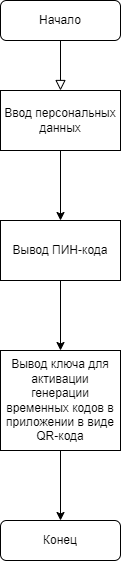
This is общая блок схема регистрации.png from Bipolar-Bear-13-cards/BiBeLock, a draw.io export, as it was before one commit. Source tidied: cells renumbered, new cells last; positions are measured from the earlier drawing's top-left corner, leaving out a move shared by most shapes. Source of this version:
```xml
<mxGraphModel>
  <root>
    <mxCell id="0" />
    <mxCell id="1" parent="0" />
    <mxCell id="2" style="rounded=0;html=1;jettySize=auto;fontSize=11;endArrow=block;endFill=0;endSize=8;strokeWidth=1;shadow=0;labelBackgroundColor=none;edgeStyle=orthogonalEdgeStyle;" parent="1" edge="1" source="3">
      <mxGeometry relative="1" as="geometry">
        <mxPoint x="60" y="90" as="targetPoint" />
      </mxGeometry>
    </mxCell>
    <mxCell id="3" value="Начало" style="rounded=1;whiteSpace=wrap;html=1;fontSize=12;glass=0;strokeWidth=1;shadow=0;" parent="1" vertex="1">
      <mxGeometry width="120" height="40" as="geometry" />
    </mxCell>
    <mxCell id="4" value="Конец" style="rounded=1;whiteSpace=wrap;html=1;fontSize=12;glass=0;strokeWidth=1;shadow=0;" parent="1" vertex="1">
      <mxGeometry y="520" width="120" height="40" as="geometry" />
    </mxCell>
    <mxCell id="5" style="edgeStyle=orthogonalEdgeStyle;rounded=0;jettySize=auto;html=1;entryX=0.5;entryY=0;entryDx=0;entryDy=0;" parent="1" edge="1" source="6" target="7">
      <mxGeometry relative="1" as="geometry" />
    </mxCell>
    <mxCell id="6" value="Ввод персональных данных" style="rounded=0;whiteSpace=wrap;html=1;" parent="1" vertex="1">
      <mxGeometry y="90" width="120" height="60" as="geometry" />
    </mxCell>
    <mxCell id="7" value="Вывод ПИН-кода" style="rounded=0;whiteSpace=wrap;html=1;" parent="1" vertex="1">
      <mxGeometry y="220" width="120" height="60" as="geometry" />
    </mxCell>
    <mxCell id="8" value="Вывод ключа&amp;nbsp;&lt;span style=&quot;font-size:11.0pt;font-family:&amp;quot;Times New Roman&amp;quot;,serif;&lt;br/&gt;mso-fareast-font-family:&amp;quot;Times New Roman&amp;quot;;mso-ansi-language:RU;mso-fareast-language:&lt;br/&gt;EN-US;mso-bidi-language:AR-SA&quot;&gt;для активации генерации временных кодов в&lt;br/&gt;приложении в виде &lt;/span&gt;&lt;span style=&quot;font-size:11.0pt;font-family:&lt;br/&gt;&amp;quot;Times New Roman&amp;quot;,serif;mso-fareast-font-family:&amp;quot;Times New Roman&amp;quot;;mso-ansi-language:&lt;br/&gt;EN-US;mso-fareast-language:EN-US;mso-bidi-language:AR-SA&quot; lang=&quot;EN-US&quot;&gt;QR&lt;/span&gt;&lt;span style=&quot;font-size:11.0pt;font-family:&amp;quot;Times New Roman&amp;quot;,serif;mso-fareast-font-family:&lt;br/&gt;&amp;quot;Times New Roman&amp;quot;;mso-ansi-language:RU;mso-fareast-language:EN-US;mso-bidi-language:&lt;br/&gt;AR-SA&quot;&gt;-кода&lt;/span&gt;" style="rounded=0;whiteSpace=wrap;html=1;" parent="1" vertex="1">
      <mxGeometry y="350" width="120" height="100" as="geometry" />
    </mxCell>
    <mxCell id="9" style="endArrow=classic;html=1;rounded=0;entryX=0.5;entryY=0;entryDx=0;entryDy=0;" parent="1" edge="1" target="8">
      <mxGeometry relative="1" as="geometry">
        <mxPoint x="60" y="280" as="sourcePoint" />
      </mxGeometry>
    </mxCell>
    <mxCell id="10" style="endArrow=classic;html=1;rounded=0;" parent="1" edge="1" target="4">
      <mxGeometry relative="1" as="geometry">
        <mxPoint x="60" y="450" as="sourcePoint" />
      </mxGeometry>
    </mxCell>
  </root>
</mxGraphModel>
```
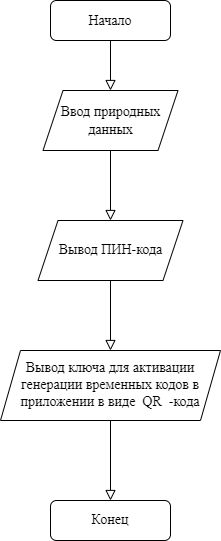
The same diagram one commit later.

The edit, as a diff of the source:
```diff
@@ -7,33 +7,34 @@
         <mxPoint x="60" y="90" as="targetPoint" />
       </mxGeometry>
     </mxCell>
-    <mxCell id="3" value="Начало" style="rounded=1;whiteSpace=wrap;html=1;fontSize=12;glass=0;strokeWidth=1;shadow=0;" parent="1" vertex="1">
+    <mxCell id="3" value="&lt;font style=&quot;vertical-align: inherit; font-size: 14px;&quot;&gt;&lt;font face=&quot;Times New Roman&quot; style=&quot;vertical-align: inherit;&quot;&gt;Начало&lt;/font&gt;&lt;/font&gt;" style="rounded=1;whiteSpace=wrap;html=1;fontSize=12;glass=0;strokeWidth=1;shadow=0;" parent="1" vertex="1">
       <mxGeometry width="120" height="40" as="geometry" />
     </mxCell>
-    <mxCell id="4" value="Конец" style="rounded=1;whiteSpace=wrap;html=1;fontSize=12;glass=0;strokeWidth=1;shadow=0;" parent="1" vertex="1">
-      <mxGeometry y="520" width="120" height="40" as="geometry" />
+    <mxCell id="4" value="&lt;font style=&quot;font-size: 14px;&quot; face=&quot;Times New Roman&quot;&gt;Конец&lt;/font&gt;" style="rounded=1;whiteSpace=wrap;html=1;fontSize=12;glass=0;strokeWidth=1;shadow=0;" parent="1" vertex="1">
+      <mxGeometry y="500" width="120" height="40" as="geometry" />
     </mxCell>
-    <mxCell id="5" style="edgeStyle=orthogonalEdgeStyle;rounded=0;jettySize=auto;html=1;entryX=0.5;entryY=0;entryDx=0;entryDy=0;" parent="1" edge="1" source="6" target="7">
-      <mxGeometry relative="1" as="geometry" />
-    </mxCell>
-    <mxCell id="6" value="Ввод персональных данных" style="rounded=0;whiteSpace=wrap;html=1;" parent="1" vertex="1">
-      <mxGeometry y="90" width="120" height="60" as="geometry" />
-    </mxCell>
+    <mxCell id="11" value="&lt;font style=&quot;vertical-align: inherit; font-size: 14px;&quot;&gt;&lt;font style=&quot;vertical-align: inherit; font-size: 14px;&quot;&gt;&lt;font style=&quot;vertical-align: inherit; font-size: 14px;&quot;&gt;&lt;font style=&quot;vertical-align: inherit; font-size: 14px;&quot;&gt;&lt;font face=&quot;Times New Roman&quot; style=&quot;vertical-align: inherit;&quot;&gt;Ввод природных данных&lt;/font&gt;&lt;/font&gt;&lt;/font&gt;&lt;/font&gt;&lt;/font&gt;" style="shape=parallelogram;perimeter=parallelogramPerimeter;whiteSpace=wrap;html=1;fixedSize=1;" parent="1" vertex="1">
+      <mxGeometry x="-7.5" y="90" width="135" height="60" as="geometry" />
+    </mxCell>
+    <mxCell id="12" style="rounded=0;html=1;jettySize=auto;fontSize=11;endArrow=block;endFill=0;endSize=8;strokeWidth=1;shadow=0;labelBackgroundColor=none;edgeStyle=orthogonalEdgeStyle;exitX=0.5;exitY=1;exitDx=0;exitDy=0;entryX=0.5;entryY=0;entryDx=0;entryDy=0;" parent="1" edge="1" source="11">
+      <mxGeometry relative="1" as="geometry">
+        <mxPoint x="60" y="220" as="targetPoint" />
+      </mxGeometry>
+    </mxCell>
+    <mxCell id="13" style="rounded=0;html=1;jettySize=auto;orthogonalLoop=1;fontSize=11;endArrow=block;endFill=0;endSize=8;strokeWidth=1;shadow=0;labelBackgroundColor=none;edgeStyle=orthogonalEdgeStyle;exitX=0.5;exitY=1;exitDx=0;exitDy=0;entryX=0.5;entryY=0;entryDx=0;entryDy=0;" parent="1" edge="1">
+      <mxGeometry relative="1" as="geometry">
+        <mxPoint x="60" y="280" as="sourcePoint" />
+        <mxPoint x="60" y="350" as="targetPoint" />
+      </mxGeometry>
+    </mxCell>
-    <mxCell id="7" value="Вывод ПИН-кода" style="rounded=0;whiteSpace=wrap;html=1;" parent="1" vertex="1">
-      <mxGeometry y="220" width="120" height="60" as="geometry" />
+    <mxCell id="7" value="&lt;font face=&quot;Times New Roman&quot; style=&quot;vertical-align: inherit; font-size: 14px;&quot;&gt;Вывод ПИН-кода&lt;/font&gt;" style="shape=parallelogram;perimeter=parallelogramPerimeter;whiteSpace=wrap;html=1;fixedSize=1;" parent="1" vertex="1">
+      <mxGeometry x="-12.5" y="220" width="145" height="60" as="geometry" />
     </mxCell>
-    <mxCell id="8" value="Вывод ключа&amp;nbsp;&lt;span style=&quot;font-size:11.0pt;font-family:&amp;quot;Times New Roman&amp;quot;,serif;&lt;br/&gt;mso-fareast-font-family:&amp;quot;Times New Roman&amp;quot;;mso-ansi-language:RU;mso-fareast-language:&lt;br/&gt;EN-US;mso-bidi-language:AR-SA&quot;&gt;для активации генерации временных кодов в&lt;br/&gt;приложении в виде &lt;/span&gt;&lt;span style=&quot;font-size:11.0pt;font-family:&lt;br/&gt;&amp;quot;Times New Roman&amp;quot;,serif;mso-fareast-font-family:&amp;quot;Times New Roman&amp;quot;;mso-ansi-language:&lt;br/&gt;EN-US;mso-fareast-language:EN-US;mso-bidi-language:AR-SA&quot; lang=&quot;EN-US&quot;&gt;QR&lt;/span&gt;&lt;span style=&quot;font-size:11.0pt;font-family:&amp;quot;Times New Roman&amp;quot;,serif;mso-fareast-font-family:&lt;br/&gt;&amp;quot;Times New Roman&amp;quot;;mso-ansi-language:RU;mso-fareast-language:EN-US;mso-bidi-language:&lt;br/&gt;AR-SA&quot;&gt;-кода&lt;/span&gt;" style="rounded=0;whiteSpace=wrap;html=1;" parent="1" vertex="1">
-      <mxGeometry y="350" width="120" height="100" as="geometry" />
-    </mxCell>
-    <mxCell id="9" style="endArrow=classic;html=1;rounded=0;entryX=0.5;entryY=0;entryDx=0;entryDy=0;" parent="1" edge="1" target="8">
-      <mxGeometry relative="1" as="geometry">
-        <mxPoint x="60" y="280" as="sourcePoint" />
-      </mxGeometry>
-    </mxCell>
-    <mxCell id="10" style="endArrow=classic;html=1;rounded=0;" parent="1" edge="1" target="4">
-      <mxGeometry relative="1" as="geometry">
-        <mxPoint x="60" y="450" as="sourcePoint" />
-      </mxGeometry>
-    </mxCell>
+    <mxCell id="14" value="&lt;font style=&quot;font-size: 14px;&quot; face=&quot;Times New Roman&quot;&gt;&lt;font style=&quot;border-color: var(--border-color); vertical-align: inherit; font-size: 14px;&quot;&gt;&lt;font style=&quot;vertical-align: inherit; font-size: 14px;&quot;&gt;&lt;font style=&quot;vertical-align: inherit; font-size: 14px;&quot;&gt;Вывод ключа&amp;nbsp;&lt;/font&gt;&lt;/font&gt;&lt;/font&gt;&lt;span style=&quot;border-color: var(--border-color);&quot;&gt;&lt;font style=&quot;border-color: var(--border-color); vertical-align: inherit; font-size: 14px;&quot;&gt;&lt;font style=&quot;border-color: var(--border-color); vertical-align: inherit; font-size: 14px;&quot;&gt;&lt;font style=&quot;vertical-align: inherit; font-size: 14px;&quot;&gt;&lt;font style=&quot;vertical-align: inherit; font-size: 14px;&quot;&gt;для активации генерации временных кодов в &lt;/font&gt;&lt;/font&gt;&lt;/font&gt;&lt;/font&gt;&lt;br style=&quot;border-color: var(--border-color);&quot;&gt;&lt;font style=&quot;border-color: var(--border-color); vertical-align: inherit; font-size: 14px;&quot;&gt;&lt;font style=&quot;border-color: var(--border-color); vertical-align: inherit; font-size: 14px;&quot;&gt;&lt;font style=&quot;vertical-align: inherit; font-size: 14px;&quot;&gt;&lt;font style=&quot;vertical-align: inherit; font-size: 14px;&quot;&gt;приложении в виде&lt;/font&gt;&lt;/font&gt;&amp;nbsp;&lt;/font&gt;&lt;/font&gt;&lt;/span&gt;&lt;span style=&quot;border-color: var(--border-color);&quot; lang=&quot;EN-US&quot;&gt;&lt;font style=&quot;vertical-align: inherit; font-size: 14px;&quot;&gt;&lt;font style=&quot;vertical-align: inherit; font-size: 14px;&quot;&gt; QR &lt;/font&gt;&lt;/font&gt;&amp;nbsp;&lt;/span&gt;&lt;span style=&quot;border-color: var(--border-color);&quot;&gt;&lt;font style=&quot;vertical-align: inherit; font-size: 14px;&quot;&gt;&lt;font style=&quot;vertical-align: inherit; font-size: 14px;&quot;&gt;-кода&lt;/font&gt;&lt;/font&gt;&lt;/span&gt;&lt;/font&gt;" style="shape=parallelogram;perimeter=parallelogramPerimeter;whiteSpace=wrap;html=1;fixedSize=1;" parent="1" vertex="1">
+      <mxGeometry x="-50" y="350" width="220" height="70" as="geometry" />
+    </mxCell>
+    <mxCell id="15" style="rounded=0;html=1;jettySize=auto;fontSize=11;endArrow=block;endFill=0;endSize=8;strokeWidth=1;shadow=0;labelBackgroundColor=none;edgeStyle=orthogonalEdgeStyle;exitX=0.5;exitY=1;exitDx=0;exitDy=0;entryX=0.5;entryY=0;entryDx=0;entryDy=0;" parent="1" edge="1" source="14" target="4">
+      <mxGeometry relative="1" as="geometry" />
+    </mxCell>
   </root>
 </mxGraphModel>
```
